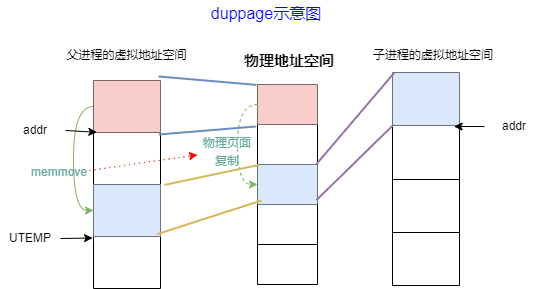
SixPlusAndTimes/drawio keeps this draw.io diagram as OS/duppage.drawio.png. Above is the earlier version. Source tidied: cells renumbered, new cells last; positions are measured from the earlier drawing's top-left corner, leaving out a move shared by most shapes.
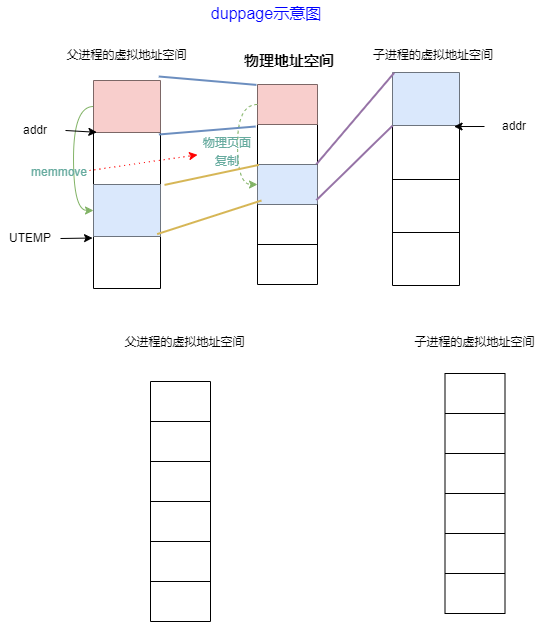
Later version of the same file.

The edit, as a diff of the source:
```diff
@@ -156,5 +156,89 @@
     <mxCell id="51" value="&lt;font color=&quot;#0000ff&quot; style=&quot;font-size: 16px;&quot;&gt;duppage示意图&lt;/font&gt;" style="text;html=1;strokeColor=none;fillColor=none;align=center;verticalAlign=middle;whiteSpace=wrap;rounded=0;fontSize=9;fontColor=#67AB9F;" parent="1" vertex="1">
       <mxGeometry x="197" width="138" height="26" as="geometry" />
     </mxCell>
+    <mxCell id="52" style="shape=table;startSize=0;fontSize=16;fontColor=#0000FF;" parent="1" vertex="1">
+      <mxGeometry x="150" y="381" width="60" height="240" as="geometry" />
+    </mxCell>
+    <mxCell id="53" style="shape=tableRow;horizontal=0;startSize=0;swimlaneHead=0;swimlaneBody=0;top=0;left=0;bottom=0;right=0;fillColor=none;fontSize=16;fontColor=#0000FF;" parent="52" vertex="1">
+      <mxGeometry width="60" height="40" as="geometry" />
+    </mxCell>
+    <mxCell id="54" style="shape=partialRectangle;html=1;whiteSpace=wrap;overflow=hidden;fillColor=none;top=0;left=0;bottom=0;right=0;fontSize=16;fontColor=#0000FF;" parent="53" vertex="1">
+      <mxGeometry width="60" height="40" as="geometry" />
+    </mxCell>
+    <mxCell id="55" style="shape=tableRow;horizontal=0;startSize=0;swimlaneHead=0;swimlaneBody=0;top=0;left=0;bottom=0;right=0;fillColor=none;fontSize=16;fontColor=#0000FF;" parent="52" vertex="1">
+      <mxGeometry y="40" width="60" height="40" as="geometry" />
+    </mxCell>
+    <mxCell id="56" style="shape=partialRectangle;html=1;whiteSpace=wrap;overflow=hidden;fillColor=none;top=0;left=0;bottom=0;right=0;fontSize=16;fontColor=#0000FF;" parent="55" vertex="1">
+      <mxGeometry width="60" height="40" as="geometry" />
+    </mxCell>
+    <mxCell id="57" style="shape=tableRow;horizontal=0;startSize=0;swimlaneHead=0;swimlaneBody=0;top=0;left=0;bottom=0;right=0;fillColor=none;fontSize=16;fontColor=#0000FF;" parent="52" vertex="1">
+      <mxGeometry y="80" width="60" height="40" as="geometry" />
+    </mxCell>
+    <mxCell id="58" style="shape=partialRectangle;html=1;whiteSpace=wrap;overflow=hidden;fillColor=none;top=0;left=0;bottom=0;right=0;fontSize=16;fontColor=#0000FF;" parent="57" vertex="1">
+      <mxGeometry width="60" height="40" as="geometry" />
+    </mxCell>
+    <mxCell id="59" style="shape=tableRow;horizontal=0;startSize=0;swimlaneHead=0;swimlaneBody=0;top=0;left=0;bottom=0;right=0;fillColor=none;fontSize=16;fontColor=#0000FF;" parent="52" vertex="1">
+      <mxGeometry y="120" width="60" height="40" as="geometry" />
+    </mxCell>
+    <mxCell id="60" style="shape=partialRectangle;html=1;whiteSpace=wrap;overflow=hidden;fillColor=none;top=0;left=0;bottom=0;right=0;fontSize=16;fontColor=#0000FF;" parent="59" vertex="1">
+      <mxGeometry width="60" height="40" as="geometry" />
+    </mxCell>
+    <mxCell id="61" style="shape=tableRow;horizontal=0;startSize=0;swimlaneHead=0;swimlaneBody=0;top=0;left=0;bottom=0;right=0;fillColor=none;fontSize=16;fontColor=#0000FF;" parent="52" vertex="1">
+      <mxGeometry y="160" width="60" height="40" as="geometry" />
+    </mxCell>
+    <mxCell id="62" style="shape=partialRectangle;html=1;whiteSpace=wrap;overflow=hidden;fillColor=none;top=0;left=0;bottom=0;right=0;fontSize=16;fontColor=#0000FF;" parent="61" vertex="1">
+      <mxGeometry width="60" height="40" as="geometry" />
+    </mxCell>
+    <mxCell id="63" style="shape=tableRow;horizontal=0;startSize=0;swimlaneHead=0;swimlaneBody=0;top=0;left=0;bottom=0;right=0;fillColor=none;fontSize=16;fontColor=#0000FF;" parent="52" vertex="1">
+      <mxGeometry y="200" width="60" height="40" as="geometry" />
+    </mxCell>
+    <mxCell id="64" style="shape=partialRectangle;html=1;whiteSpace=wrap;overflow=hidden;fillColor=none;top=0;left=0;bottom=0;right=0;fontSize=16;fontColor=#0000FF;" parent="63" vertex="1">
+      <mxGeometry width="60" height="40" as="geometry" />
+    </mxCell>
+    <mxCell id="65" value="父进程的虚拟地址空间" style="text;html=1;strokeColor=none;fillColor=none;align=center;verticalAlign=middle;whiteSpace=wrap;rounded=0;" parent="1" vertex="1">
+      <mxGeometry x="121" y="321" width="127" height="43" as="geometry" />
+    </mxCell>
+    <mxCell id="66" value="子进程的虚拟地址空间" style="text;html=1;strokeColor=none;fillColor=none;align=center;verticalAlign=middle;whiteSpace=wrap;rounded=0;" parent="1" vertex="1">
+      <mxGeometry x="411" y="321" width="127" height="43" as="geometry" />
+    </mxCell>
+    <mxCell id="67" style="shape=table;startSize=0;fontSize=16;fontColor=#0000FF;" parent="1" vertex="1">
+      <mxGeometry x="444.5" y="373" width="60" height="240" as="geometry" />
+    </mxCell>
+    <mxCell id="68" style="shape=tableRow;horizontal=0;startSize=0;swimlaneHead=0;swimlaneBody=0;top=0;left=0;bottom=0;right=0;fillColor=none;fontSize=16;fontColor=#0000FF;" parent="67" vertex="1">
+      <mxGeometry width="60" height="40" as="geometry" />
+    </mxCell>
+    <mxCell id="69" style="shape=partialRectangle;html=1;whiteSpace=wrap;overflow=hidden;fillColor=none;top=0;left=0;bottom=0;right=0;fontSize=16;fontColor=#0000FF;" parent="68" vertex="1">
+      <mxGeometry width="60" height="40" as="geometry" />
+    </mxCell>
+    <mxCell id="70" style="shape=tableRow;horizontal=0;startSize=0;swimlaneHead=0;swimlaneBody=0;top=0;left=0;bottom=0;right=0;fillColor=none;fontSize=16;fontColor=#0000FF;" parent="67" vertex="1">
+      <mxGeometry y="40" width="60" height="40" as="geometry" />
+    </mxCell>
+    <mxCell id="71" style="shape=partialRectangle;html=1;whiteSpace=wrap;overflow=hidden;fillColor=none;top=0;left=0;bottom=0;right=0;fontSize=16;fontColor=#0000FF;" parent="70" vertex="1">
+      <mxGeometry width="60" height="40" as="geometry" />
+    </mxCell>
+    <mxCell id="72" style="shape=tableRow;horizontal=0;startSize=0;swimlaneHead=0;swimlaneBody=0;top=0;left=0;bottom=0;right=0;fillColor=none;fontSize=16;fontColor=#0000FF;" parent="67" vertex="1">
+      <mxGeometry y="80" width="60" height="40" as="geometry" />
+    </mxCell>
+    <mxCell id="73" style="shape=partialRectangle;html=1;whiteSpace=wrap;overflow=hidden;fillColor=none;top=0;left=0;bottom=0;right=0;fontSize=16;fontColor=#0000FF;" parent="72" vertex="1">
+      <mxGeometry width="60" height="40" as="geometry" />
+    </mxCell>
+    <mxCell id="74" style="shape=tableRow;horizontal=0;startSize=0;swimlaneHead=0;swimlaneBody=0;top=0;left=0;bottom=0;right=0;fillColor=none;fontSize=16;fontColor=#0000FF;" parent="67" vertex="1">
+      <mxGeometry y="120" width="60" height="40" as="geometry" />
+    </mxCell>
+    <mxCell id="75" style="shape=partialRectangle;html=1;whiteSpace=wrap;overflow=hidden;fillColor=none;top=0;left=0;bottom=0;right=0;fontSize=16;fontColor=#0000FF;" parent="74" vertex="1">
+      <mxGeometry width="60" height="40" as="geometry" />
+    </mxCell>
+    <mxCell id="76" style="shape=tableRow;horizontal=0;startSize=0;swimlaneHead=0;swimlaneBody=0;top=0;left=0;bottom=0;right=0;fillColor=none;fontSize=16;fontColor=#0000FF;" parent="67" vertex="1">
+      <mxGeometry y="160" width="60" height="40" as="geometry" />
+    </mxCell>
+    <mxCell id="77" style="shape=partialRectangle;html=1;whiteSpace=wrap;overflow=hidden;fillColor=none;top=0;left=0;bottom=0;right=0;fontSize=16;fontColor=#0000FF;" parent="76" vertex="1">
+      <mxGeometry width="60" height="40" as="geometry" />
+    </mxCell>
+    <mxCell id="78" style="shape=tableRow;horizontal=0;startSize=0;swimlaneHead=0;swimlaneBody=0;top=0;left=0;bottom=0;right=0;fillColor=none;fontSize=16;fontColor=#0000FF;" parent="67" vertex="1">
+      <mxGeometry y="200" width="60" height="40" as="geometry" />
+    </mxCell>
+    <mxCell id="79" style="shape=partialRectangle;html=1;whiteSpace=wrap;overflow=hidden;fillColor=none;top=0;left=0;bottom=0;right=0;fontSize=16;fontColor=#0000FF;" parent="78" vertex="1">
+      <mxGeometry width="60" height="40" as="geometry" />
+    </mxCell>
   </root>
 </mxGraphModel>
```
